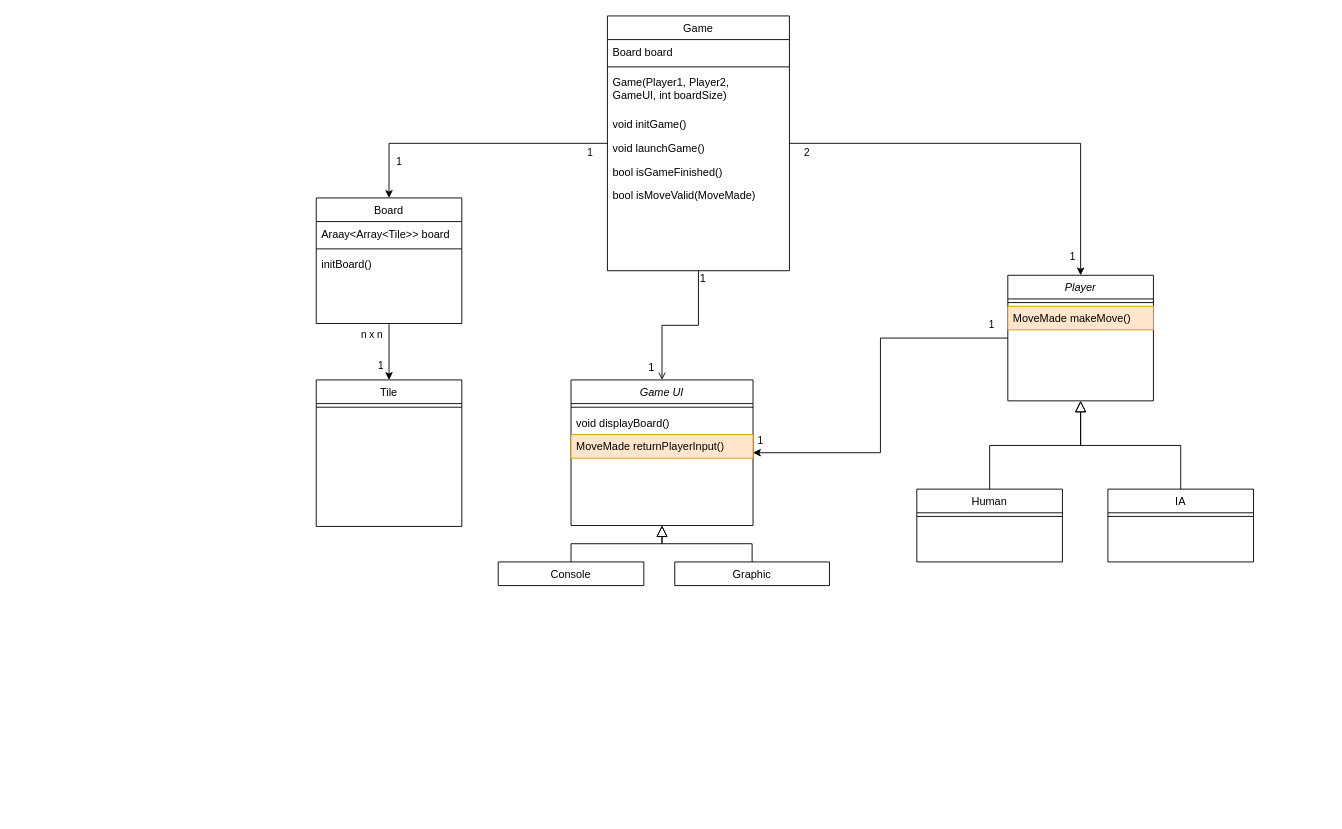
This is doc/UMLdiagram.drawio from leduqueadrien/Hex, a draw.io file, before an edit. Source tidied: cells renumbered, new cells numbered last; positions are measured from the earlier drawing's top-left corner, leaving out a move shared by most shapes. Both pictures are drawn from the tidied source at 91%, with x=0, y=0 at pixel (316, 15).
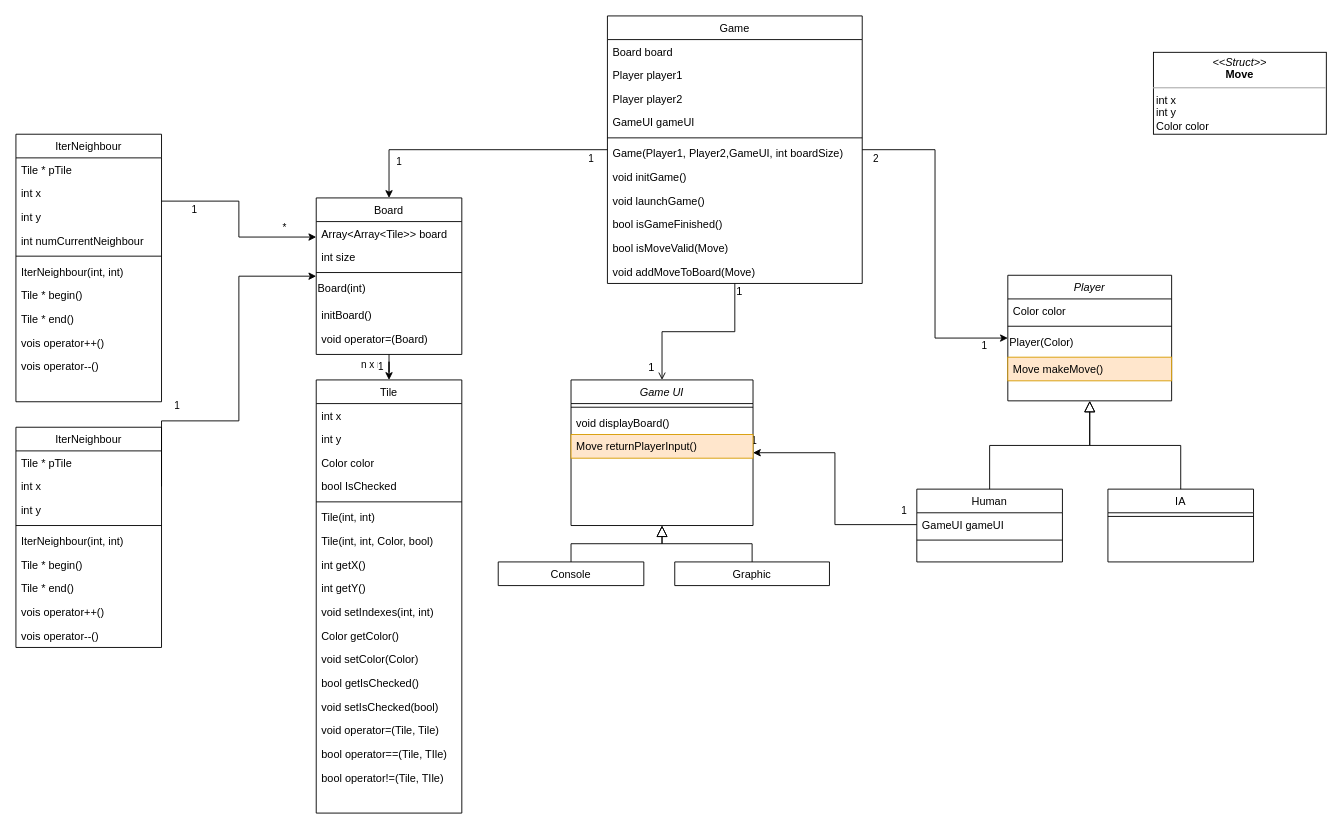
After the change.

Commit message (it also covers changes not shown here):
schema voisin d'un tuile

The change refers to these unchanged cells:
```xml
<mxCell id="8" value="Human" style="swimlane;fontStyle=0;align=center;verticalAlign=top;horizontal=1;startSize=26;rounded=0;shadow=0;strokeWidth=1;" parent="1" vertex="1">
  <mxGeometry x="660" y="520" width="160" height="80" as="geometry" />
</mxCell>
<mxCell id="27" value="Game UI" style="swimlane;fontStyle=2;align=center;verticalAlign=top;horizontal=1;startSize=26;rounded=0;shadow=0;strokeWidth=1;" parent="1" vertex="1">
  <mxGeometry x="280" y="400" width="200" height="160" as="geometry" />
</mxCell>
```

Change to the diagram source:
```diff
@@
-    <mxCell id="2" style="edgeStyle=orthogonalEdgeStyle;rounded=0;jettySize=auto;html=1;entryX=1;entryY=0.5;entryDx=0;entryDy=0;" parent="1" edge="1" source="5" target="27">
+    <mxCell id="2" style="edgeStyle=orthogonalEdgeStyle;rounded=0;jettySize=auto;html=1;entryX=1;entryY=0.5;entryDx=0;entryDy=0;exitX=0;exitY=0.5;exitDx=0;exitDy=0;" parent="1" edge="1" source="49" target="27">
       <mxGeometry relative="1" as="geometry" />
     </mxCell>
@@
     <mxCell id="5" value="Player" style="swimlane;fontStyle=2;align=center;verticalAlign=top;horizontal=1;startSize=26;rounded=0;shadow=0;strokeWidth=1;" parent="1" vertex="1">
-      <mxGeometry x="760" y="285" width="160" height="138" as="geometry" />
+      <mxGeometry x="760" y="285" width="180" height="138" as="geometry" />
     </mxCell>
+    <mxCell id="47" value="Color color" style="text;align=left;verticalAlign=top;spacingLeft=4;spacingRight=4;overflow=hidden;" parent="5" vertex="1">
+      <mxGeometry y="26" width="180" height="26" as="geometry" />
+    </mxCell>
     <mxCell id="6" style="line;html=1;strokeWidth=1;align=left;verticalAlign=middle;spacingTop=-1;spacingLeft=3;spacingRight=3;labelPosition=right;" parent="5" vertex="1">
-      <mxGeometry y="26" width="160" height="8" as="geometry" />
+      <mxGeometry y="52" width="180" height="8" as="geometry" />
     </mxCell>
+    <mxCell id="48" value="Player(Color)" style="text;whiteSpace=wrap;html=1;" parent="5" vertex="1">
+      <mxGeometry y="60" width="180" height="30" as="geometry" />
+    </mxCell>
-    <mxCell id="7" value="MoveMade makeMove()" style="text;align=left;verticalAlign=top;spacingLeft=4;spacingRight=4;overflow=hidden;fillColor=#ffe6cc;strokeColor=#d79b00;" parent="5" vertex="1">
-      <mxGeometry y="34" width="160" height="26" as="geometry" />
+    <mxCell id="7" value="Move makeMove()" style="text;align=left;verticalAlign=top;spacingLeft=4;spacingRight=4;overflow=hidden;fillColor=#ffe6cc;strokeColor=#d79b00;" parent="5" vertex="1">
+      <mxGeometry y="90" width="180" height="26" as="geometry" />
     </mxCell>
@@
+    <mxCell id="49" value="GameUI gameUI" style="text;align=left;verticalAlign=top;spacingLeft=4;spacingRight=4;overflow=hidden;points=[[0,0.5],[1,0.5]];portConstraint=eastwest;" parent="8" vertex="1">
+      <mxGeometry y="26" width="160" height="26" as="geometry" />
+    </mxCell>
     <mxCell id="9" style="line;html=1;strokeWidth=1;align=left;verticalAlign=middle;spacingTop=-1;spacingLeft=3;spacingRight=3;labelPosition=right;" parent="8" vertex="1">
-      <mxGeometry y="26" width="160" height="8" as="geometry" />
+      <mxGeometry y="52" width="160" height="8" as="geometry" />
     </mxCell>
@@
     <mxCell id="14" value="Game" style="swimlane;fontStyle=0;align=center;verticalAlign=top;horizontal=1;startSize=26;rounded=0;shadow=0;strokeWidth=1;" parent="1" vertex="1">
-      <mxGeometry x="320" width="200" height="280" as="geometry" />
+      <mxGeometry x="320" width="280" height="294" as="geometry" />
     </mxCell>
     <mxCell id="15" value="Board board" style="text;align=left;verticalAlign=top;spacingLeft=4;spacingRight=4;overflow=hidden;" parent="14" vertex="1">
-      <mxGeometry y="26" width="200" height="26" as="geometry" />
+      <mxGeometry y="26" width="280" height="26" as="geometry" />
     </mxCell>
+    <mxCell id="50" value="Player player1" style="text;align=left;verticalAlign=top;spacingLeft=4;spacingRight=4;overflow=hidden;" parent="14" vertex="1">
+      <mxGeometry y="52" width="280" height="26" as="geometry" />
+    </mxCell>
+    <mxCell id="51" value="Player player2" style="text;align=left;verticalAlign=top;spacingLeft=4;spacingRight=4;overflow=hidden;" parent="14" vertex="1">
+      <mxGeometry y="78" width="280" height="26" as="geometry" />
+    </mxCell>
+    <mxCell id="52" value="GameUI gameUI" style="text;align=left;verticalAlign=top;spacingLeft=4;spacingRight=4;overflow=hidden;" parent="14" vertex="1">
+      <mxGeometry y="104" width="280" height="26" as="geometry" />
+    </mxCell>
     <mxCell id="16" style="line;html=1;strokeWidth=1;align=left;verticalAlign=middle;spacingTop=-1;spacingLeft=3;spacingRight=3;labelPosition=right;" parent="14" vertex="1">
-      <mxGeometry y="52" width="200" height="8" as="geometry" />
+      <mxGeometry y="130" width="280" height="8" as="geometry" />
     </mxCell>
-    <mxCell id="17" value="Game(Player1, Player2,&#10;GameUI, int boardSize)" style="text;align=left;verticalAlign=top;spacingLeft=4;spacingRight=4;overflow=hidden;" parent="14" vertex="1">
-      <mxGeometry y="60" width="200" height="46" as="geometry" />
-    </mxCell>
+    <mxCell id="53" value="Game(Player1, Player2,GameUI, int boardSize)" style="text;align=left;verticalAlign=top;spacingLeft=4;spacingRight=4;overflow=hidden;" parent="14" vertex="1">
+      <mxGeometry y="138" width="280" height="26" as="geometry" />
+    </mxCell>
     <mxCell id="18" value="void initGame()" style="text;align=left;verticalAlign=top;spacingLeft=4;spacingRight=4;overflow=hidden;" parent="14" vertex="1">
-      <mxGeometry y="106" width="200" height="26" as="geometry" />
+      <mxGeometry y="164" width="280" height="26" as="geometry" />
     </mxCell>
     <mxCell id="19" value="void launchGame()" style="text;align=left;verticalAlign=top;spacingLeft=4;spacingRight=4;overflow=hidden;" parent="14" vertex="1">
-      <mxGeometry y="132" width="200" height="26" as="geometry" />
+      <mxGeometry y="190" width="280" height="26" as="geometry" />
     </mxCell>
     <mxCell id="20" value="bool isGameFinished()" style="text;align=left;verticalAlign=top;spacingLeft=4;spacingRight=4;overflow=hidden;" parent="14" vertex="1">
-      <mxGeometry y="158" width="200" height="26" as="geometry" />
+      <mxGeometry y="216" width="280" height="26" as="geometry" />
     </mxCell>
-    <mxCell id="21" value="bool isMoveValid(MoveMade)" style="text;align=left;verticalAlign=top;spacingLeft=4;spacingRight=4;overflow=hidden;" parent="14" vertex="1">
-      <mxGeometry y="184" width="200" height="26" as="geometry" />
+    <mxCell id="21" value="bool isMoveValid(Move)" style="text;align=left;verticalAlign=top;spacingLeft=4;spacingRight=4;overflow=hidden;" parent="14" vertex="1">
+      <mxGeometry y="242" width="280" height="26" as="geometry" />
     </mxCell>
+    <mxCell id="54" value="void addMoveToBoard(Move)" style="text;align=left;verticalAlign=top;spacingLeft=4;spacingRight=4;overflow=hidden;" parent="14" vertex="1">
+      <mxGeometry y="268" width="280" height="26" as="geometry" />
+    </mxCell>
@@
-    <mxCell id="30" value="MoveMade returnPlayerInput()" style="text;align=left;verticalAlign=top;spacingLeft=4;spacingRight=4;overflow=hidden;fillColor=#ffe6cc;strokeColor=#d79b00;" parent="27" vertex="1">
+    <mxCell id="30" value="Move returnPlayerInput()" style="text;align=left;verticalAlign=top;spacingLeft=4;spacingRight=4;overflow=hidden;fillColor=#ffe6cc;strokeColor=#d79b00;" parent="27" vertex="1">
       <mxGeometry y="60" width="200" height="26" as="geometry" />
     </mxCell>
@@
     <mxCell id="38" value="Board" style="swimlane;fontStyle=0;align=center;verticalAlign=top;horizontal=1;startSize=26;rounded=0;shadow=0;strokeWidth=1;" parent="1" vertex="1">
-      <mxGeometry y="200" width="160" height="138" as="geometry" />
+      <mxGeometry y="200" width="160" height="172" as="geometry" />
     </mxCell>
-    <mxCell id="39" value="Araay&lt;Array&lt;Tile&gt;&gt; board" style="text;align=left;verticalAlign=top;spacingLeft=4;spacingRight=4;overflow=hidden;" parent="38" vertex="1">
+    <mxCell id="39" value="Array&lt;Array&lt;Tile&gt;&gt; board" style="text;align=left;verticalAlign=top;spacingLeft=4;spacingRight=4;overflow=hidden;" parent="38" vertex="1">
       <mxGeometry y="26" width="160" height="26" as="geometry" />
     </mxCell>
+    <mxCell id="55" value="int size" style="text;align=left;verticalAlign=top;spacingLeft=4;spacingRight=4;overflow=hidden;" parent="38" vertex="1">
+      <mxGeometry y="52" width="160" height="26" as="geometry" />
+    </mxCell>
     <mxCell id="40" style="line;html=1;strokeWidth=1;align=left;verticalAlign=middle;spacingTop=-1;spacingLeft=3;spacingRight=3;labelPosition=right;" parent="38" vertex="1">
-      <mxGeometry y="52" width="160" height="8" as="geometry" />
+      <mxGeometry y="78" width="160" height="8" as="geometry" />
     </mxCell>
+    <mxCell id="56" value="Board(int)" style="text;whiteSpace=wrap;html=1;" parent="38" vertex="1">
+      <mxGeometry y="86" width="160" height="30" as="geometry" />
+    </mxCell>
     <mxCell id="41" value="initBoard()" style="text;align=left;verticalAlign=top;spacingLeft=4;spacingRight=4;overflow=hidden;" parent="38" vertex="1">
-      <mxGeometry y="60" width="160" height="26" as="geometry" />
+      <mxGeometry y="116" width="160" height="26" as="geometry" />
     </mxCell>
+    <mxCell id="57" value="void operator=(Board)" style="text;align=left;verticalAlign=top;spacingLeft=4;spacingRight=4;overflow=hidden;" parent="38" vertex="1">
+      <mxGeometry y="142" width="160" height="26" as="geometry" />
+    </mxCell>
@@
-    <mxCell id="45" value="Tile" style="swimlane;fontStyle=0;align=center;verticalAlign=top;horizontal=1;startSize=26;rounded=0;shadow=0;strokeWidth=1;" parent="1" vertex="1">
-      <mxGeometry y="400" width="160" height="161" as="geometry" />
+    <mxCell id="45" value="Tile" style="swimlane;fontStyle=0;align=center;verticalAlign=top;horizontal=1;startSize=26;rounded=0;shadow=0;strokeWidth=1;rotation=0;" parent="1" vertex="1">
+      <mxGeometry y="400" width="160" height="476" as="geometry" />
     </mxCell>
+    <mxCell id="58" value="int x" style="text;align=left;verticalAlign=top;spacingLeft=4;spacingRight=4;overflow=hidden;rotation=0;" parent="45" vertex="1">
+      <mxGeometry y="26" width="160" height="26" as="geometry" />
+    </mxCell>
+    <mxCell id="59" value="int y" style="text;align=left;verticalAlign=top;spacingLeft=4;spacingRight=4;overflow=hidden;rotation=0;" parent="45" vertex="1">
+      <mxGeometry y="52" width="160" height="26" as="geometry" />
+    </mxCell>
+    <mxCell id="60" value="Color color" style="text;align=left;verticalAlign=top;spacingLeft=4;spacingRight=4;overflow=hidden;rotation=0;" parent="45" vertex="1">
+      <mxGeometry y="78" width="160" height="26" as="geometry" />
+    </mxCell>
+    <mxCell id="61" value="bool IsChecked" style="text;align=left;verticalAlign=top;spacingLeft=4;spacingRight=4;overflow=hidden;rotation=0;" parent="45" vertex="1">
+      <mxGeometry y="104" width="160" height="26" as="geometry" />
+    </mxCell>
-    <mxCell id="46" style="line;html=1;strokeWidth=1;align=left;verticalAlign=middle;spacingTop=-1;spacingLeft=3;spacingRight=3;labelPosition=right;" parent="45" vertex="1">
-      <mxGeometry y="26" width="160" height="8" as="geometry" />
+    <mxCell id="46" style="line;html=1;strokeWidth=1;align=left;verticalAlign=middle;spacingTop=-1;spacingLeft=3;spacingRight=3;labelPosition=right;rotation=0;" parent="45" vertex="1">
+      <mxGeometry y="130" width="160" height="8" as="geometry" />
     </mxCell>
+    <mxCell id="62" value="Tile(int, int)" style="text;align=left;verticalAlign=top;spacingLeft=4;spacingRight=4;overflow=hidden;rotation=0;" parent="45" vertex="1">
+      <mxGeometry y="138" width="160" height="26" as="geometry" />
+    </mxCell>
+    <mxCell id="63" value="Tile(int, int, Color, bool)" style="text;align=left;verticalAlign=top;spacingLeft=4;spacingRight=4;overflow=hidden;rotation=0;" parent="45" vertex="1">
+      <mxGeometry y="164" width="160" height="26" as="geometry" />
+    </mxCell>
+    <mxCell id="64" value="int getX()" style="text;align=left;verticalAlign=top;spacingLeft=4;spacingRight=4;overflow=hidden;rotation=0;" parent="45" vertex="1">
+      <mxGeometry y="190" width="160" height="26" as="geometry" />
+    </mxCell>
+    <mxCell id="65" value="int getY()" style="text;align=left;verticalAlign=top;spacingLeft=4;spacingRight=4;overflow=hidden;rotation=0;" parent="45" vertex="1">
+      <mxGeometry y="216" width="160" height="26" as="geometry" />
+    </mxCell>
+    <mxCell id="66" value="void setIndexes(int, int)" style="text;align=left;verticalAlign=top;spacingLeft=4;spacingRight=4;overflow=hidden;rotation=0;" parent="45" vertex="1">
+      <mxGeometry y="242" width="160" height="26" as="geometry" />
+    </mxCell>
+    <mxCell id="67" value="Color getColor()" style="text;align=left;verticalAlign=top;spacingLeft=4;spacingRight=4;overflow=hidden;rotation=0;" parent="45" vertex="1">
+      <mxGeometry y="268" width="160" height="26" as="geometry" />
+    </mxCell>
+    <mxCell id="68" value="void setColor(Color)" style="text;align=left;verticalAlign=top;spacingLeft=4;spacingRight=4;overflow=hidden;rotation=0;" parent="45" vertex="1">
+      <mxGeometry y="294" width="160" height="26" as="geometry" />
+    </mxCell>
+    <mxCell id="69" value="bool getIsChecked()" style="text;align=left;verticalAlign=top;spacingLeft=4;spacingRight=4;overflow=hidden;rotation=0;" parent="45" vertex="1">
+      <mxGeometry y="320" width="160" height="26" as="geometry" />
+    </mxCell>
+    <mxCell id="70" value="void setIsChecked(bool)" style="text;align=left;verticalAlign=top;spacingLeft=4;spacingRight=4;overflow=hidden;rotation=0;" parent="45" vertex="1">
+      <mxGeometry y="346" width="160" height="26" as="geometry" />
+    </mxCell>
+    <mxCell id="71" value="void operator=(Tile, Tile)" style="text;align=left;verticalAlign=top;spacingLeft=4;spacingRight=4;overflow=hidden;rotation=0;" parent="45" vertex="1">
+      <mxGeometry y="372" width="160" height="26" as="geometry" />
+    </mxCell>
+    <mxCell id="72" value="bool operator==(Tile, TIle)" style="text;align=left;verticalAlign=top;spacingLeft=4;spacingRight=4;overflow=hidden;rotation=0;" parent="45" vertex="1">
+      <mxGeometry y="398" width="160" height="26" as="geometry" />
+    </mxCell>
+    <mxCell id="73" value="bool operator!=(Tile, TIle)&#10;" style="text;align=left;verticalAlign=top;spacingLeft=4;spacingRight=4;overflow=hidden;rotation=0;" parent="45" vertex="1">
+      <mxGeometry y="424" width="160" height="26" as="geometry" />
+    </mxCell>
+    <mxCell id="74" style="edgeStyle=orthogonalEdgeStyle;rounded=0;jettySize=auto;html=1;exitX=1;exitY=0.25;exitDx=0;exitDy=0;entryX=0;entryY=0.25;entryDx=0;entryDy=0;" parent="1" edge="1" source="77" target="38">
+      <mxGeometry relative="1" as="geometry" />
+    </mxCell>
+    <mxCell id="75" value="1" style="edgeLabel;html=1;align=center;verticalAlign=middle;" parent="74" vertex="1">
+      <mxGeometry x="-0.57" y="-3" relative="1" as="geometry">
+        <mxPoint x="-10" y="5.5" as="offset" />
+      </mxGeometry>
+    </mxCell>
+    <mxCell id="76" value="*" style="edgeLabel;html=1;align=center;verticalAlign=middle;" parent="74" vertex="1">
+      <mxGeometry x="0.57" y="-4" relative="1" as="geometry">
+        <mxPoint x="9.5" y="-15" as="offset" />
+      </mxGeometry>
+    </mxCell>
+    <mxCell id="77" value="IterNeighbour" style="swimlane;fontStyle=0;align=center;verticalAlign=top;horizontal=1;startSize=26;rounded=0;shadow=0;strokeWidth=1;" parent="1" vertex="1">
+      <mxGeometry x="-330" y="130" width="160" height="294" as="geometry" />
+    </mxCell>
+    <mxCell id="78" value="Tile * pTile" style="text;align=left;verticalAlign=top;spacingLeft=4;spacingRight=4;overflow=hidden;" parent="77" vertex="1">
+      <mxGeometry y="26" width="160" height="26" as="geometry" />
+    </mxCell>
+    <mxCell id="79" value="int x" style="text;align=left;verticalAlign=top;spacingLeft=4;spacingRight=4;overflow=hidden;" parent="77" vertex="1">
+      <mxGeometry y="52" width="160" height="26" as="geometry" />
+    </mxCell>
+    <mxCell id="80" value="int y" style="text;align=left;verticalAlign=top;spacingLeft=4;spacingRight=4;overflow=hidden;rotation=0;" parent="77" vertex="1">
+      <mxGeometry y="78" width="160" height="26" as="geometry" />
+    </mxCell>
+    <mxCell id="81" value="int numCurrentNeighbour" style="text;align=left;verticalAlign=top;spacingLeft=4;spacingRight=4;overflow=hidden;rotation=0;" parent="77" vertex="1">
+      <mxGeometry y="104" width="160" height="26" as="geometry" />
+    </mxCell>
+    <mxCell id="82" style="line;html=1;strokeWidth=1;align=left;verticalAlign=middle;spacingTop=-1;spacingLeft=3;spacingRight=3;labelPosition=right;" parent="77" vertex="1">
+      <mxGeometry y="130" width="160" height="8" as="geometry" />
+    </mxCell>
+    <mxCell id="83" value="IterNeighbour(int, int)" style="text;align=left;verticalAlign=top;spacingLeft=4;spacingRight=4;overflow=hidden;" parent="77" vertex="1">
+      <mxGeometry y="138" width="160" height="26" as="geometry" />
+    </mxCell>
+    <mxCell id="84" value="Tile * begin()" style="text;align=left;verticalAlign=top;spacingLeft=4;spacingRight=4;overflow=hidden;" parent="77" vertex="1">
+      <mxGeometry y="164" width="160" height="26" as="geometry" />
+    </mxCell>
+    <mxCell id="85" value="Tile * end()" style="text;align=left;verticalAlign=top;spacingLeft=4;spacingRight=4;overflow=hidden;" parent="77" vertex="1">
+      <mxGeometry y="190" width="160" height="26" as="geometry" />
+    </mxCell>
+    <mxCell id="86" value="vois operator++()" style="text;align=left;verticalAlign=top;spacingLeft=4;spacingRight=4;overflow=hidden;" parent="77" vertex="1">
+      <mxGeometry y="216" width="160" height="26" as="geometry" />
+    </mxCell>
+    <mxCell id="87" value="vois operator--()" style="text;align=left;verticalAlign=top;spacingLeft=4;spacingRight=4;overflow=hidden;" parent="77" vertex="1">
+      <mxGeometry y="242" width="160" height="26" as="geometry" />
+    </mxCell>
+    <mxCell id="88" value="&lt;p style=&quot;margin: 0px ; margin-top: 4px ; text-align: center&quot;&gt;&lt;i&gt;&amp;lt;&amp;lt;Struct&amp;gt;&amp;gt;&lt;/i&gt;&lt;br&gt;&lt;b&gt;Move&lt;/b&gt;&lt;/p&gt;&lt;hr size=&quot;1&quot;&gt;&lt;div&gt;&amp;nbsp;int x&lt;br&gt;&lt;/div&gt;&lt;div&gt;&amp;nbsp;int y&lt;/div&gt;&lt;div&gt;&amp;nbsp;Color color&lt;br&gt;&lt;/div&gt;&lt;hr size=&quot;1&quot;&gt;" style="verticalAlign=top;align=left;overflow=fill;fontSize=12;fontFamily=Helvetica;html=1;" parent="1" vertex="1">
+      <mxGeometry x="920" y="40" width="190" height="90" as="geometry" />
+    </mxCell>
+    <mxCell id="89" value="IterNeighbour" style="swimlane;fontStyle=0;align=center;verticalAlign=top;horizontal=1;startSize=26;rounded=0;shadow=0;strokeWidth=1;" parent="1" vertex="1">
+      <mxGeometry x="-330" y="452" width="160" height="242" as="geometry" />
+    </mxCell>
+    <mxCell id="90" value="Tile * pTile" style="text;align=left;verticalAlign=top;spacingLeft=4;spacingRight=4;overflow=hidden;" parent="89" vertex="1">
+      <mxGeometry y="26" width="160" height="26" as="geometry" />
+    </mxCell>
+    <mxCell id="91" value="int x" style="text;align=left;verticalAlign=top;spacingLeft=4;spacingRight=4;overflow=hidden;points=[[0,0.5],[1,0.5]];portConstraint=eastwest;" parent="89" vertex="1">
+      <mxGeometry y="52" width="160" height="26" as="geometry" />
+    </mxCell>
+    <mxCell id="92" value="int y" style="text;align=left;verticalAlign=top;spacingLeft=4;spacingRight=4;overflow=hidden;rotation=0;" parent="89" vertex="1">
+      <mxGeometry y="78" width="160" height="26" as="geometry" />
+    </mxCell>
+    <mxCell id="93" style="line;html=1;strokeWidth=1;align=left;verticalAlign=middle;spacingTop=-1;spacingLeft=3;spacingRight=3;labelPosition=right;" parent="89" vertex="1">
+      <mxGeometry y="104" width="160" height="8" as="geometry" />
+    </mxCell>
+    <mxCell id="94" value="IterNeighbour(int, int)" style="text;align=left;verticalAlign=top;spacingLeft=4;spacingRight=4;overflow=hidden;" parent="89" vertex="1">
+      <mxGeometry y="112" width="160" height="26" as="geometry" />
+    </mxCell>
+    <mxCell id="95" value="Tile * begin()" style="text;align=left;verticalAlign=top;spacingLeft=4;spacingRight=4;overflow=hidden;" parent="89" vertex="1">
+      <mxGeometry y="138" width="160" height="26" as="geometry" />
+    </mxCell>
+    <mxCell id="96" value="Tile * end()" style="text;align=left;verticalAlign=top;spacingLeft=4;spacingRight=4;overflow=hidden;" parent="89" vertex="1">
+      <mxGeometry y="164" width="160" height="26" as="geometry" />
+    </mxCell>
+    <mxCell id="97" value="vois operator++()" style="text;align=left;verticalAlign=top;spacingLeft=4;spacingRight=4;overflow=hidden;" parent="89" vertex="1">
+      <mxGeometry y="190" width="160" height="26" as="geometry" />
+    </mxCell>
+    <mxCell id="98" value="vois operator--()" style="text;align=left;verticalAlign=top;spacingLeft=4;spacingRight=4;overflow=hidden;" parent="89" vertex="1">
+      <mxGeometry y="216" width="160" height="26" as="geometry" />
+    </mxCell>
+    <mxCell id="99" style="edgeStyle=orthogonalEdgeStyle;rounded=0;jettySize=auto;html=1;exitX=1;exitY=0.5;exitDx=0;exitDy=0;entryX=0;entryY=0;entryDx=0;entryDy=0;" parent="1" edge="1" source="91" target="56">
+      <mxGeometry relative="1" as="geometry">
+        <Array as="points">
+          <mxPoint x="-85" y="445" />
+          <mxPoint x="-85" y="286" />
+        </Array>
+      </mxGeometry>
+    </mxCell>
+    <mxCell id="100" value="1" style="edgeLabel;html=1;align=center;verticalAlign=middle;" parent="1" vertex="1">
+      <mxGeometry x="-131" y="192.5" as="geometry">
+        <mxPoint x="-23" y="235" as="offset" />
+      </mxGeometry>
+    </mxCell>
```
